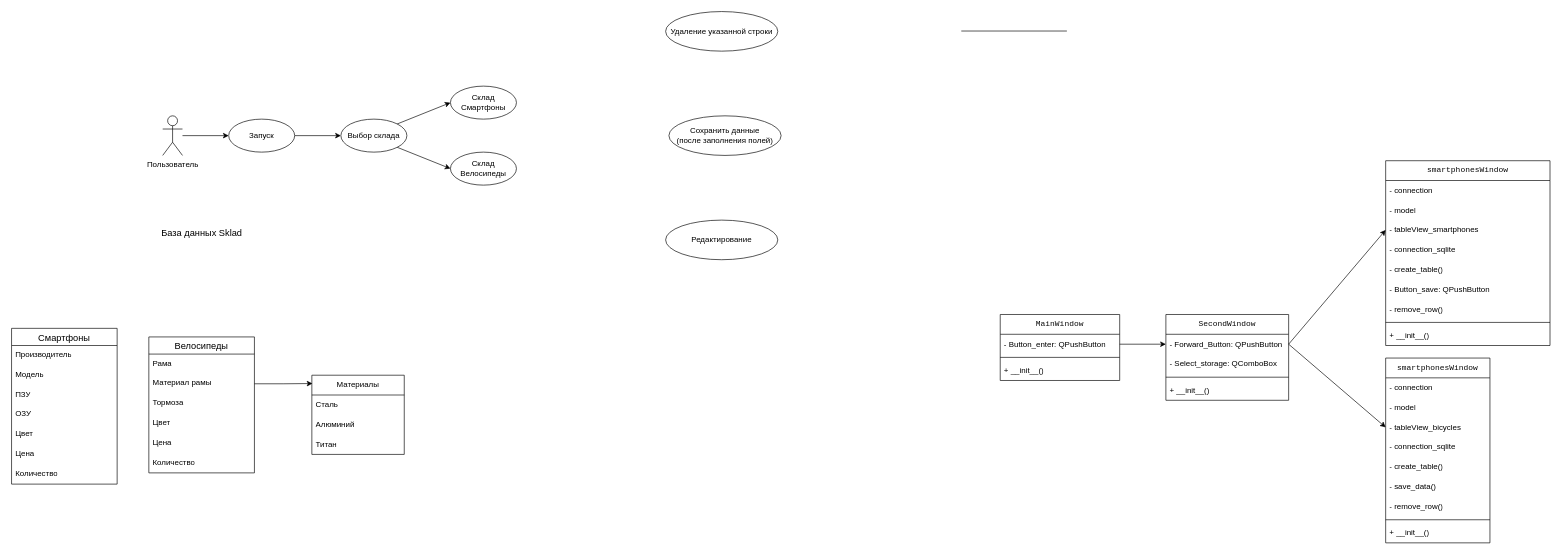
Before: Диаграмма для курсовой.drawio in Aazmandiuc/MDK_01.01, a draw.io diagram. Source tidied: cells renumbered, new cells numbered last; positions are measured from the earlier drawing's top-left corner, leaving out a move shared by most shapes. Both pictures are drawn from the tidied source at 66%, with x=0, y=0 at pixel (11, 11).
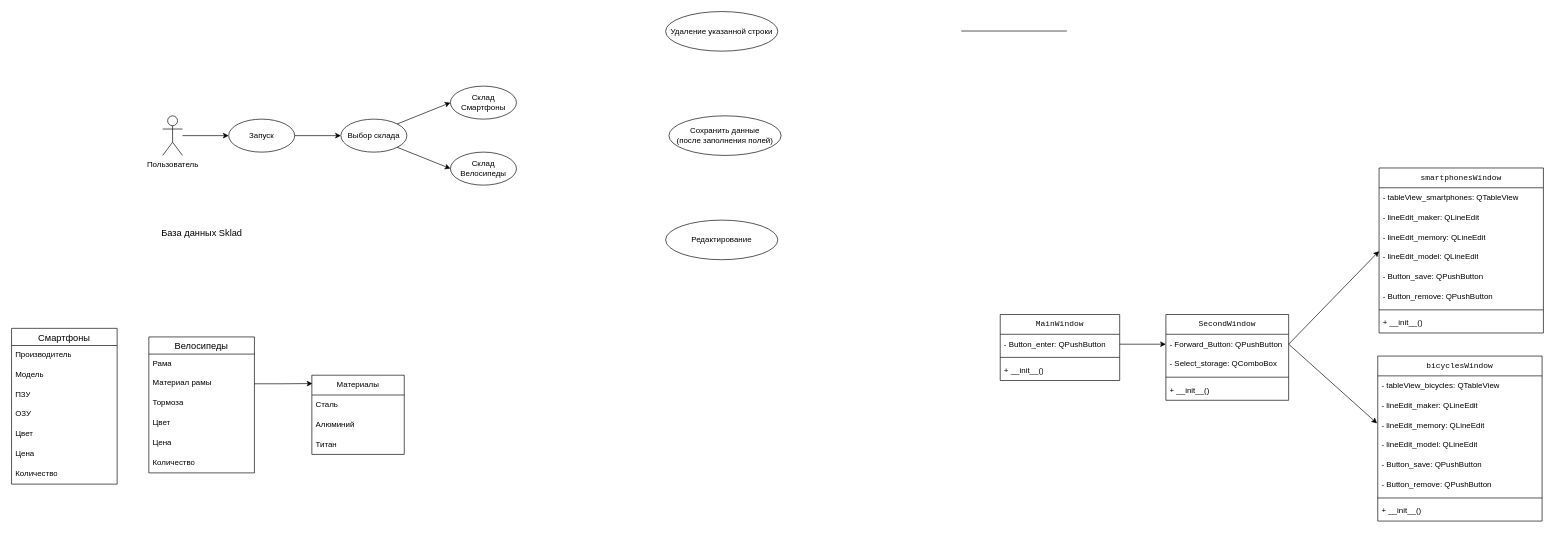
After the change.

The change refers to these unchanged cells:
```xml
<mxCell id="35" value="-&amp;nbsp;Forward_Button: QPushButton" style="text;strokeColor=none;fillColor=none;align=left;verticalAlign=middle;spacingLeft=4;spacingRight=4;overflow=hidden;points=[[0,0.5],[1,0.5]];portConstraint=eastwest;whiteSpace=wrap;html=1;" parent="34" vertex="1">
  <mxGeometry y="30" width="186" height="30" as="geometry" />
</mxCell>
```

Change to the diagram source:
```diff
@@
     <mxCell id="39" value="&lt;div style=&quot;color: rgb(8, 8, 8); font-family: &amp;quot;JetBrains Mono&amp;quot;, monospace;&quot;&gt;&lt;pre&gt;smartphonesWindow&lt;/pre&gt;&lt;/div&gt;" style="swimlane;fontStyle=0;horizontal=1;startSize=30;whiteSpace=wrap;html=1;" parent="1" vertex="1">
-      <mxGeometry x="2082" y="226" width="249" height="280" as="geometry" />
+      <mxGeometry x="2072" y="237" width="249" height="250" as="geometry" />
     </mxCell>
+    <mxCell id="42" value="- tableView_smartphones: QTableView" style="text;strokeColor=none;fillColor=none;align=left;verticalAlign=middle;spacingLeft=4;spacingRight=4;overflow=hidden;points=[[0,0.5],[1,0.5]];portConstraint=eastwest;whiteSpace=wrap;html=1;" parent="39" vertex="1">
+      <mxGeometry y="30" width="249" height="30" as="geometry" />
+    </mxCell>
-    <mxCell id="40" value="- connection" style="text;strokeColor=none;fillColor=none;align=left;verticalAlign=middle;spacingLeft=4;spacingRight=4;overflow=hidden;whiteSpace=wrap;html=1;" parent="39" vertex="1">
-      <mxGeometry y="30" width="249" height="30" as="geometry" />
+    <mxCell id="40" value="-&amp;nbsp;lineEdit_maker: QLineEdit" style="text;strokeColor=none;fillColor=none;align=left;verticalAlign=middle;spacingLeft=4;spacingRight=4;overflow=hidden;whiteSpace=wrap;html=1;" parent="39" vertex="1">
+      <mxGeometry y="60" width="249" height="30" as="geometry" />
     </mxCell>
-    <mxCell id="41" value="- model" style="text;strokeColor=none;fillColor=none;align=left;verticalAlign=middle;spacingLeft=4;spacingRight=4;overflow=hidden;whiteSpace=wrap;html=1;" parent="39" vertex="1">
-      <mxGeometry y="60" width="249" height="30" as="geometry" />
-    </mxCell>
-    <mxCell id="42" value="- tableView_smartphones" style="text;strokeColor=none;fillColor=none;align=left;verticalAlign=middle;spacingLeft=4;spacingRight=4;overflow=hidden;points=[[0,0.5],[1,0.5]];portConstraint=eastwest;whiteSpace=wrap;html=1;" parent="39" vertex="1">
-      <mxGeometry y="90" width="249" height="30" as="geometry" />
-    </mxCell>
+    <mxCell id="69" value="- lineEdit_memory: QLineEdit" style="text;strokeColor=none;fillColor=none;align=left;verticalAlign=middle;spacingLeft=4;spacingRight=4;overflow=hidden;whiteSpace=wrap;html=1;" parent="39" vertex="1">
+      <mxGeometry y="90" width="249" height="30" as="geometry" />
+    </mxCell>
-    <mxCell id="43" value="- connection_sqlite" style="text;strokeColor=none;fillColor=none;align=left;verticalAlign=middle;spacingLeft=4;spacingRight=4;overflow=hidden;points=[[0,0.5],[1,0.5]];portConstraint=eastwest;whiteSpace=wrap;html=1;" parent="39" vertex="1">
+    <mxCell id="43" value="-&amp;nbsp;lineEdit_model: QLineEdit" style="text;strokeColor=none;fillColor=none;align=left;verticalAlign=middle;spacingLeft=4;spacingRight=4;overflow=hidden;points=[[0,0.5],[1,0.5]];portConstraint=eastwest;whiteSpace=wrap;html=1;" parent="39" vertex="1">
       <mxGeometry y="120" width="249" height="30" as="geometry" />
     </mxCell>
-    <mxCell id="44" value="- create_table()" style="text;strokeColor=none;fillColor=none;align=left;verticalAlign=middle;spacingLeft=4;spacingRight=4;overflow=hidden;whiteSpace=wrap;html=1;" parent="39" vertex="1">
-      <mxGeometry y="150" width="249" height="30" as="geometry" />
-    </mxCell>
     <mxCell id="45" value="-&amp;nbsp;Button_save: QPushButton" style="text;strokeColor=none;fillColor=none;align=left;verticalAlign=middle;spacingLeft=4;spacingRight=4;overflow=hidden;whiteSpace=wrap;html=1;" parent="39" vertex="1">
-      <mxGeometry y="180" width="249" height="30" as="geometry" />
+      <mxGeometry y="150" width="249" height="30" as="geometry" />
     </mxCell>
-    <mxCell id="46" value="- remove_row()" style="text;strokeColor=none;fillColor=none;align=left;verticalAlign=middle;spacingLeft=4;spacingRight=4;overflow=hidden;whiteSpace=wrap;html=1;" parent="39" vertex="1">
-      <mxGeometry y="210" width="249" height="30" as="geometry" />
-    </mxCell>
+    <mxCell id="70" value="-&amp;nbsp;Button_remove: QPushButton" style="text;strokeColor=none;fillColor=none;align=left;verticalAlign=middle;spacingLeft=4;spacingRight=4;overflow=hidden;whiteSpace=wrap;html=1;" parent="39" vertex="1">
+      <mxGeometry y="180" width="249" height="30" as="geometry" />
+    </mxCell>
     <mxCell id="47" style="line;strokeWidth=1;dashed=0;labelPosition=right;align=left;verticalAlign=middle;spacingTop=0;spacingLeft=6;" parent="39" vertex="1">
-      <mxGeometry y="240" width="249" height="10" as="geometry" />
+      <mxGeometry y="210" width="249" height="10" as="geometry" />
     </mxCell>
     <mxCell id="48" value="+ __init__()" style="text;strokeColor=none;fillColor=none;align=left;verticalAlign=middle;spacingLeft=4;spacingRight=4;overflow=hidden;whiteSpace=wrap;html=1;" parent="39" vertex="1">
-      <mxGeometry y="250" width="249" height="30" as="geometry" />
+      <mxGeometry y="220" width="249" height="30" as="geometry" />
     </mxCell>
@@
-    <mxCell id="51" style="endArrow=classic;html=1;rounded=0;exitX=1;exitY=0.5;exitDx=0;exitDy=0;entryX=0;entryY=0.5;entryDx=0;entryDy=0;" parent="1" edge="1" source="35" target="42">
-      <mxGeometry relative="1" as="geometry" />
+    <mxCell id="51" style="endArrow=classic;html=1;rounded=0;exitX=1;exitY=0.5;exitDx=0;exitDy=0;" parent="1" edge="1" source="35">
+      <mxGeometry relative="1" as="geometry">
+        <mxPoint x="2072" y="363" as="targetPoint" />
+      </mxGeometry>
     </mxCell>
-    <mxCell id="52" style="endArrow=classic;html=1;rounded=0;exitX=1;exitY=0.5;exitDx=0;exitDy=0;entryX=0;entryY=0.5;entryDx=0;entryDy=0;" parent="1" edge="1" source="35" target="61">
-      <mxGeometry relative="1" as="geometry" />
+    <mxCell id="52" style="endArrow=classic;html=1;rounded=0;exitX=1;exitY=0.5;exitDx=0;exitDy=0;" parent="1" edge="1" source="35">
+      <mxGeometry relative="1" as="geometry">
+        <mxPoint x="2069" y="624" as="targetPoint" />
+      </mxGeometry>
     </mxCell>
@@
-    <mxCell id="58" value="&lt;div style=&quot;color: rgb(8, 8, 8); font-family: &amp;quot;JetBrains Mono&amp;quot;, monospace;&quot;&gt;&lt;pre&gt;smartphonesWindow&lt;/pre&gt;&lt;/div&gt;" style="swimlane;fontStyle=0;horizontal=1;startSize=30;whiteSpace=wrap;html=1;" parent="1" vertex="1">
-      <mxGeometry x="2082" y="525" width="158" height="280" as="geometry" />
-    </mxCell>
-    <mxCell id="59" value="- connection" style="text;strokeColor=none;fillColor=none;align=left;verticalAlign=middle;spacingLeft=4;spacingRight=4;overflow=hidden;whiteSpace=wrap;html=1;" parent="58" vertex="1">
-      <mxGeometry y="30" width="158" height="30" as="geometry" />
-    </mxCell>
-    <mxCell id="60" value="- model" style="text;strokeColor=none;fillColor=none;align=left;verticalAlign=middle;spacingLeft=4;spacingRight=4;overflow=hidden;whiteSpace=wrap;html=1;" parent="58" vertex="1">
-      <mxGeometry y="60" width="158" height="30" as="geometry" />
-    </mxCell>
-    <mxCell id="61" value="- tableView_bicycles" style="text;strokeColor=none;fillColor=none;align=left;verticalAlign=middle;spacingLeft=4;spacingRight=4;overflow=hidden;points=[[0,0.5],[1,0.5]];portConstraint=eastwest;whiteSpace=wrap;html=1;" parent="58" vertex="1">
-      <mxGeometry y="90" width="158" height="30" as="geometry" />
-    </mxCell>
-    <mxCell id="62" value="- connection_sqlite" style="text;strokeColor=none;fillColor=none;align=left;verticalAlign=middle;spacingLeft=4;spacingRight=4;overflow=hidden;whiteSpace=wrap;html=1;" parent="58" vertex="1">
-      <mxGeometry y="120" width="158" height="30" as="geometry" />
-    </mxCell>
-    <mxCell id="63" value="- create_table()" style="text;strokeColor=none;fillColor=none;align=left;verticalAlign=middle;spacingLeft=4;spacingRight=4;overflow=hidden;whiteSpace=wrap;html=1;" parent="58" vertex="1">
-      <mxGeometry y="150" width="158" height="30" as="geometry" />
-    </mxCell>
-    <mxCell id="64" value="- save_data()" style="text;strokeColor=none;fillColor=none;align=left;verticalAlign=middle;spacingLeft=4;spacingRight=4;overflow=hidden;whiteSpace=wrap;html=1;" parent="58" vertex="1">
-      <mxGeometry y="180" width="158" height="30" as="geometry" />
-    </mxCell>
-    <mxCell id="65" value="- remove_row()" style="text;strokeColor=none;fillColor=none;align=left;verticalAlign=middle;spacingLeft=4;spacingRight=4;overflow=hidden;whiteSpace=wrap;html=1;" parent="58" vertex="1">
-      <mxGeometry y="210" width="158" height="30" as="geometry" />
-    </mxCell>
-    <mxCell id="66" style="line;strokeWidth=1;dashed=0;labelPosition=right;align=left;verticalAlign=middle;spacingTop=0;spacingLeft=6;" parent="58" vertex="1">
-      <mxGeometry y="240" width="158" height="10" as="geometry" />
-    </mxCell>
+    <mxCell id="68" style="endArrow=none;html=1;rounded=0;" parent="1" edge="1">
+      <mxGeometry relative="1" as="geometry">
+        <mxPoint x="1439" y="29.5" as="sourcePoint" />
+        <mxPoint x="1599" y="29.5" as="targetPoint" />
+      </mxGeometry>
+    </mxCell>
+    <mxCell id="71" value="&lt;div style=&quot;color: rgb(8, 8, 8); font-family: &amp;quot;JetBrains Mono&amp;quot;, monospace;&quot;&gt;&lt;pre&gt;&lt;pre style=&quot;border-color: var(--border-color);&quot;&gt;bicyclesWindow&lt;/pre&gt;&lt;/pre&gt;&lt;/div&gt;" style="swimlane;fontStyle=0;horizontal=1;startSize=30;whiteSpace=wrap;html=1;" parent="1" vertex="1">
+      <mxGeometry x="2070" y="522" width="249" height="250" as="geometry" />
+    </mxCell>
+    <mxCell id="72" value="- tableView_bicycles&lt;span style=&quot;background-color: initial;&quot;&gt;: QTableView&lt;/span&gt;" style="text;strokeColor=none;fillColor=none;align=left;verticalAlign=middle;spacingLeft=4;spacingRight=4;overflow=hidden;whiteSpace=wrap;html=1;" parent="71" vertex="1">
+      <mxGeometry y="30" width="249" height="30" as="geometry" />
+    </mxCell>
+    <mxCell id="73" value="-&amp;nbsp;lineEdit_maker: QLineEdit" style="text;strokeColor=none;fillColor=none;align=left;verticalAlign=middle;spacingLeft=4;spacingRight=4;overflow=hidden;whiteSpace=wrap;html=1;" parent="71" vertex="1">
+      <mxGeometry y="60" width="249" height="30" as="geometry" />
+    </mxCell>
+    <mxCell id="74" value="- lineEdit_memory: QLineEdit" style="text;strokeColor=none;fillColor=none;align=left;verticalAlign=middle;spacingLeft=4;spacingRight=4;overflow=hidden;whiteSpace=wrap;html=1;" parent="71" vertex="1">
+      <mxGeometry y="90" width="249" height="30" as="geometry" />
+    </mxCell>
+    <mxCell id="75" value="-&amp;nbsp;lineEdit_model: QLineEdit" style="text;strokeColor=none;fillColor=none;align=left;verticalAlign=middle;spacingLeft=4;spacingRight=4;overflow=hidden;points=[[0,0.5],[1,0.5]];portConstraint=eastwest;whiteSpace=wrap;html=1;" parent="71" vertex="1">
+      <mxGeometry y="120" width="249" height="30" as="geometry" />
+    </mxCell>
+    <mxCell id="76" value="-&amp;nbsp;Button_save: QPushButton" style="text;strokeColor=none;fillColor=none;align=left;verticalAlign=middle;spacingLeft=4;spacingRight=4;overflow=hidden;whiteSpace=wrap;html=1;" parent="71" vertex="1">
+      <mxGeometry y="150" width="249" height="30" as="geometry" />
+    </mxCell>
+    <mxCell id="77" value="-&amp;nbsp;Button_remove: QPushButton" style="text;strokeColor=none;fillColor=none;align=left;verticalAlign=middle;spacingLeft=4;spacingRight=4;overflow=hidden;whiteSpace=wrap;html=1;" parent="71" vertex="1">
+      <mxGeometry y="180" width="249" height="30" as="geometry" />
+    </mxCell>
+    <mxCell id="78" style="line;strokeWidth=1;dashed=0;labelPosition=right;align=left;verticalAlign=middle;spacingTop=0;spacingLeft=6;" parent="71" vertex="1">
+      <mxGeometry y="210" width="249" height="10" as="geometry" />
+    </mxCell>
-    <mxCell id="67" value="+ __init__()" style="text;strokeColor=none;fillColor=none;align=left;verticalAlign=middle;spacingLeft=4;spacingRight=4;overflow=hidden;whiteSpace=wrap;html=1;" parent="58" vertex="1">
-      <mxGeometry y="250" width="158" height="30" as="geometry" />
+    <mxCell id="67" value="+ __init__()" style="text;strokeColor=none;fillColor=none;align=left;verticalAlign=middle;spacingLeft=4;spacingRight=4;overflow=hidden;whiteSpace=wrap;html=1;" parent="71" vertex="1">
+      <mxGeometry y="220" width="249" height="30" as="geometry" />
     </mxCell>
-    <mxCell id="68" style="endArrow=none;html=1;rounded=0;" parent="1" edge="1">
-      <mxGeometry relative="1" as="geometry">
-        <mxPoint x="1439" y="29.5" as="sourcePoint" />
-        <mxPoint x="1599" y="29.5" as="targetPoint" />
-      </mxGeometry>
-    </mxCell>
+    <mxCell id="79" style="edgeStyle=orthogonalEdgeStyle;rounded=0;orthogonalLoop=1;jettySize=auto;html=1;exitX=1;exitY=0.5;exitDx=0;exitDy=0;" parent="71" edge="1" source="75" target="75">
+      <mxGeometry relative="1" as="geometry" />
+    </mxCell>
```
